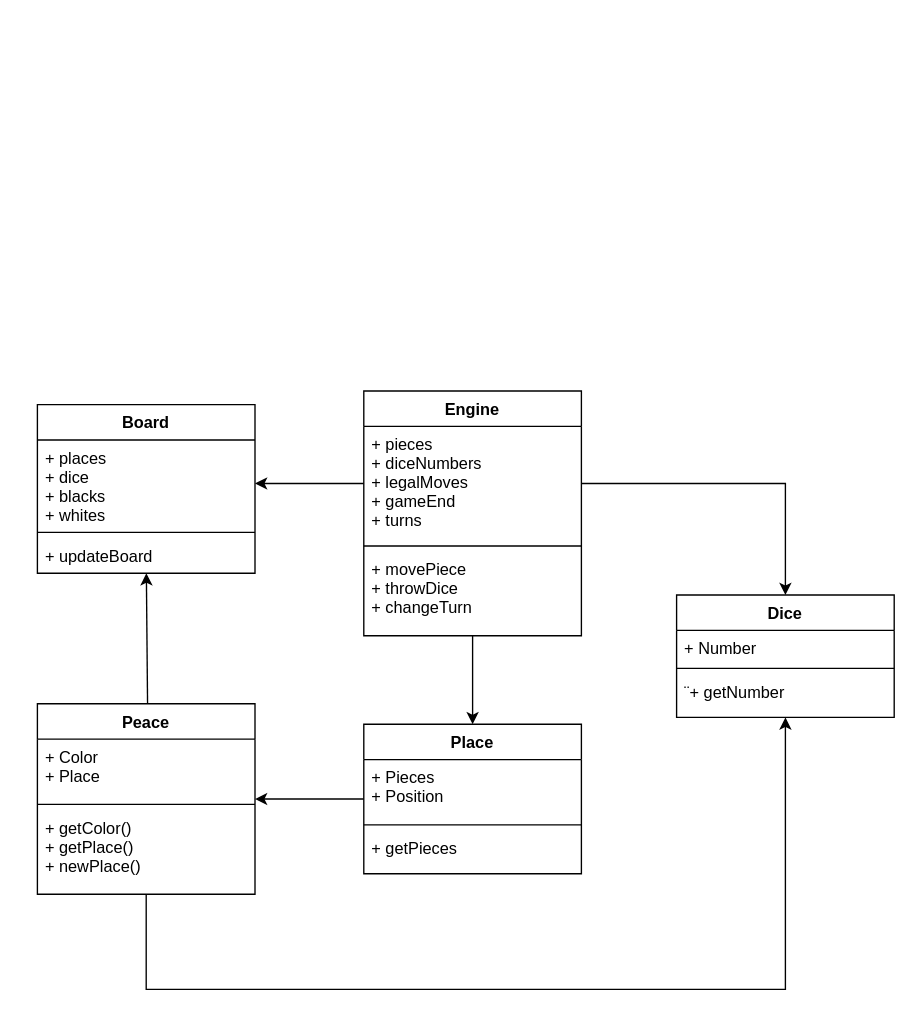
Earlier version of the draw.io diagram Untitled Diagram.drawio (GreatSharky/backcammon). Source tidied: cells renumbered, new cells numbered last; positions are measured from the earlier drawing's top-left corner, leaving out a move shared by most shapes. Both pictures are drawn from the tidied source at 136%, with x=0, y=0 at pixel (37, 390).
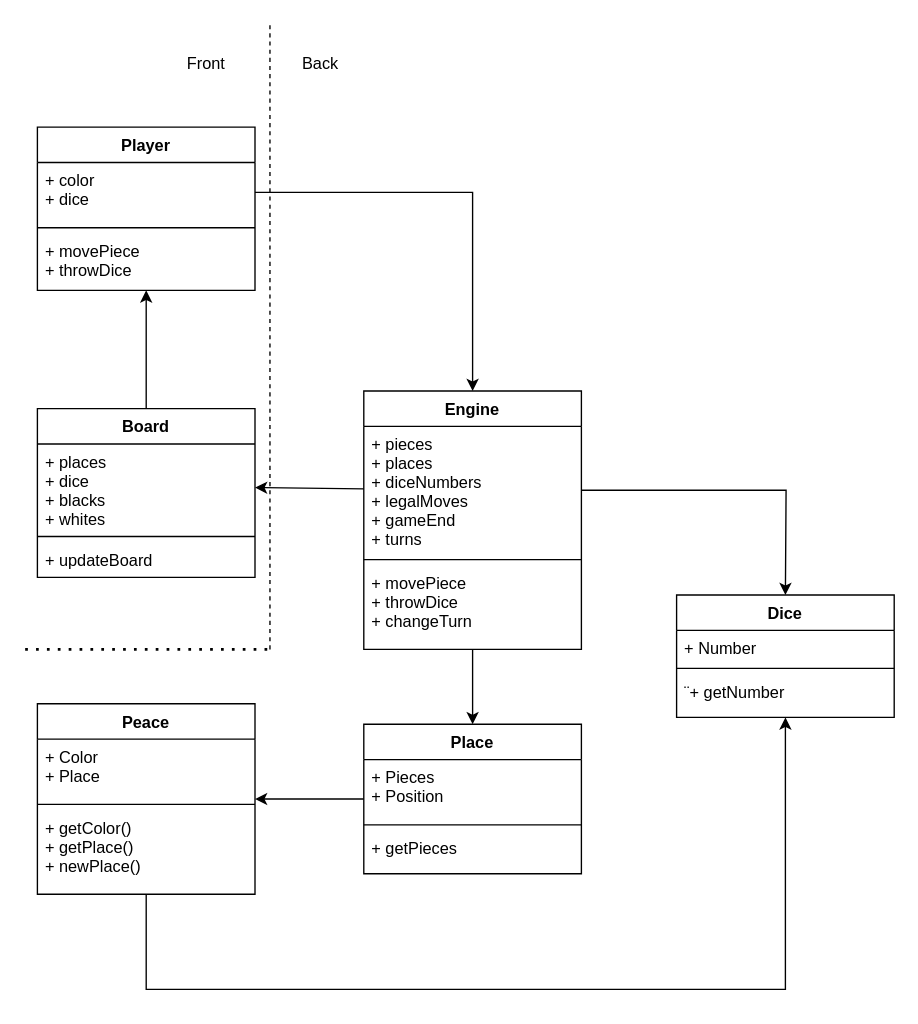
The same diagram, later.

Unchanged cells that the change refers to:
```xml
<mxCell id="5" value="+ updateBoard" style="text;strokeColor=none;fillColor=none;align=left;verticalAlign=top;spacingLeft=4;spacingRight=4;overflow=hidden;points=[[0,0.5],[1,0.5]];portConstraint=eastwest;" parent="2" vertex="1">
  <mxGeometry y="98" width="160" height="26" as="geometry" />
</mxCell>
<mxCell id="12" value="Peace" style="swimlane;fontStyle=1;align=center;verticalAlign=top;horizontal=1;startSize=26;" parent="1" vertex="1">
  <mxGeometry y="230" width="160" height="140" as="geometry" />
</mxCell>
<mxCell id="16" value="Dice" style="swimlane;fontStyle=1;align=center;verticalAlign=top;horizontal=1;startSize=26;" parent="1" vertex="1">
  <mxGeometry x="470" y="150" width="160" height="90" as="geometry" />
</mxCell>
```

What changed in the source:
```diff
@@
+    <mxCell id="28" style="edgeStyle=orthogonalEdgeStyle;rounded=0;jettySize=auto;html=1;" parent="1" edge="1" source="2" target="29">
+      <mxGeometry relative="1" as="geometry" />
+    </mxCell>
     <mxCell id="2" value="Board" style="swimlane;fontStyle=1;align=center;verticalAlign=top;horizontal=1;startSize=26;" parent="1" vertex="1">
-      <mxGeometry y="10" width="160" height="124" as="geometry" />
+      <mxGeometry y="13" width="160" height="124" as="geometry" />
     </mxCell>
@@
     <mxCell id="6" value="Engine" style="swimlane;fontStyle=1;align=center;verticalAlign=top;horizontal=1;startSize=26;" parent="1" vertex="1">
-      <mxGeometry x="240" width="160" height="180" as="geometry" />
+      <mxGeometry x="240" width="160" height="190" as="geometry" />
     </mxCell>
-    <mxCell id="7" value="+ pieces&#10;+ diceNumbers&#10;+ legalMoves&#10;+ gameEnd&#10;+ turns" style="text;strokeColor=none;fillColor=none;align=left;verticalAlign=top;spacingLeft=4;spacingRight=4;overflow=hidden;points=[[0,0.5],[1,0.5]];portConstraint=eastwest;" parent="6" vertex="1">
-      <mxGeometry y="26" width="160" height="84" as="geometry" />
+    <mxCell id="7" value="+ pieces&#10;+ places&#10;+ diceNumbers&#10;+ legalMoves&#10;+ gameEnd&#10;+ turns" style="text;strokeColor=none;fillColor=none;align=left;verticalAlign=top;spacingLeft=4;spacingRight=4;overflow=hidden;points=[[0,0.5],[1,0.5]];portConstraint=eastwest;" parent="6" vertex="1">
+      <mxGeometry y="26" width="160" height="94" as="geometry" />
     </mxCell>
     <mxCell id="8" style="line;strokeWidth=1;fillColor=none;align=left;verticalAlign=middle;spacingTop=-1;spacingLeft=3;spacingRight=3;labelPosition=right;" parent="6" vertex="1">
-      <mxGeometry y="110" width="160" height="8" as="geometry" />
+      <mxGeometry y="120" width="160" height="8" as="geometry" />
     </mxCell>
     <mxCell id="9" value="+ movePiece&#10;+ throwDice&#10;+ changeTurn" style="text;strokeColor=none;fillColor=none;align=left;verticalAlign=top;spacingLeft=4;spacingRight=4;overflow=hidden;points=[[0,0.5],[1,0.5]];portConstraint=eastwest;" parent="6" vertex="1">
-      <mxGeometry y="118" width="160" height="62" as="geometry" />
+      <mxGeometry y="128" width="160" height="62" as="geometry" />
     </mxCell>
@@
-    <mxCell id="11" style="edgeStyle=orthogonalEdgeStyle;rounded=0;jettySize=auto;html=1;" parent="1" edge="1" source="12" target="16">
+    <mxCell id="11" style="edgeStyle=orthogonalEdgeStyle;rounded=0;jettySize=auto;html=1;" parent="1" edge="1" source="12">
       <mxGeometry relative="1" as="geometry">
+        <mxPoint x="550" y="240" as="targetPoint" />
         <Array as="points">
           <mxPoint x="80" y="440" />
           <mxPoint x="550" y="440" />
         </Array>
       </mxGeometry>
     </mxCell>
@@
-    <mxCell id="26" style="endArrow=classic;html=1;" parent="1" edge="1" target="5">
-      <mxGeometry relative="1" as="geometry">
-        <mxPoint x="81" y="230" as="sourcePoint" />
-      </mxGeometry>
-    </mxCell>
-    <mxCell id="27" style="edgeStyle=orthogonalEdgeStyle;rounded=0;jettySize=auto;html=1;entryX=0.5;entryY=0;entryDx=0;entryDy=0;" parent="1" edge="1" source="7" target="16">
-      <mxGeometry relative="1" as="geometry" />
+    <mxCell id="27" style="edgeStyle=orthogonalEdgeStyle;rounded=0;jettySize=auto;html=1;entryX=0.5;entryY=0;entryDx=0;entryDy=0;" parent="1" edge="1" source="7">
+      <mxGeometry relative="1" as="geometry">
+        <mxPoint x="550" y="150" as="targetPoint" />
+      </mxGeometry>
     </mxCell>
+    <mxCell id="29" value="Player" style="swimlane;fontStyle=1;align=center;verticalAlign=top;horizontal=1;startSize=26;" parent="1" vertex="1">
+      <mxGeometry y="-194" width="160" height="120" as="geometry" />
+    </mxCell>
+    <mxCell id="30" value="+ color&#10;+ dice" style="text;strokeColor=none;fillColor=none;align=left;verticalAlign=top;spacingLeft=4;spacingRight=4;overflow=hidden;points=[[0,0.5],[1,0.5]];portConstraint=eastwest;" parent="29" vertex="1">
+      <mxGeometry y="26" width="160" height="44" as="geometry" />
+    </mxCell>
+    <mxCell id="31" style="line;strokeWidth=1;fillColor=none;align=left;verticalAlign=middle;spacingTop=-1;spacingLeft=3;spacingRight=3;labelPosition=right;" parent="29" vertex="1">
+      <mxGeometry y="70" width="160" height="8" as="geometry" />
+    </mxCell>
+    <mxCell id="32" value="+ movePiece&#10;+ throwDice" style="text;strokeColor=none;fillColor=none;align=left;verticalAlign=top;spacingLeft=4;spacingRight=4;overflow=hidden;" parent="29" vertex="1">
+      <mxGeometry y="78" width="160" height="42" as="geometry" />
+    </mxCell>
+    <mxCell id="33" style="edgeStyle=orthogonalEdgeStyle;rounded=0;jettySize=auto;html=1;" parent="1" edge="1" source="30" target="6">
+      <mxGeometry relative="1" as="geometry" />
+    </mxCell>
+    <mxCell id="34" style="endArrow=none;dashed=1;html=1;" parent="1" edge="1">
+      <mxGeometry relative="1" as="geometry">
+        <mxPoint x="171" y="190" as="sourcePoint" />
+        <mxPoint x="171" y="-270" as="targetPoint" />
+      </mxGeometry>
+    </mxCell>
+    <mxCell id="35" style="endArrow=none;dashed=1;html=1;dashPattern=1 3;strokeWidth=2;" parent="1" edge="1">
+      <mxGeometry relative="1" as="geometry">
+        <mxPoint x="-9" y="190" as="sourcePoint" />
+        <mxPoint x="171" y="190" as="targetPoint" />
+      </mxGeometry>
+    </mxCell>
+    <mxCell id="36" value="Front&amp;nbsp; &amp;nbsp; &amp;nbsp; &amp;nbsp; &amp;nbsp; &amp;nbsp; &amp;nbsp; &amp;nbsp; &amp;nbsp;Back" style="text;html=1;strokeColor=none;fillColor=none;align=center;verticalAlign=middle;whiteSpace=wrap;rounded=0;" parent="1" vertex="1">
+      <mxGeometry x="81" y="-260" width="170" height="40" as="geometry" />
+    </mxCell>
```
